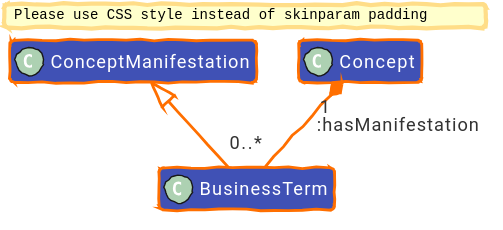
The PlantUML diagram diagrams/out/uctm-business-term.svg in EKGF/ekg-method, before a commit.
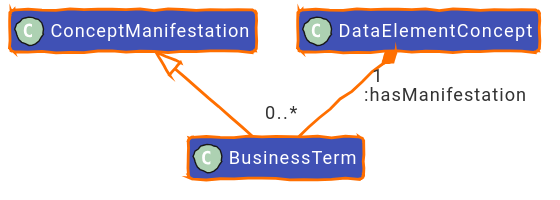
The same diagram one commit later.

What changed in the source:
```diff
@@ -61,9 +61,9 @@
 
 class "ConceptManifestation" as ConceptManifestation [[/concept/term/#ontology]]
 class "BusinessTerm" as BusinessTerm [[/concept/term/business-term/#ontology]]
-class "Concept" as Concept [[/concept/concept/#ontology]]
+class "DataElementConcept" as DataElementConcept [[/concept/concept/#ontology]]
 
 ConceptManifestation <|-- BusinessTerm
 
-Concept "1" *-- "0..*" BusinessTerm : :hasManifestation
+DataElementConcept "1" *-- "0..*" BusinessTerm : :hasManifestation
 @enduml
```
